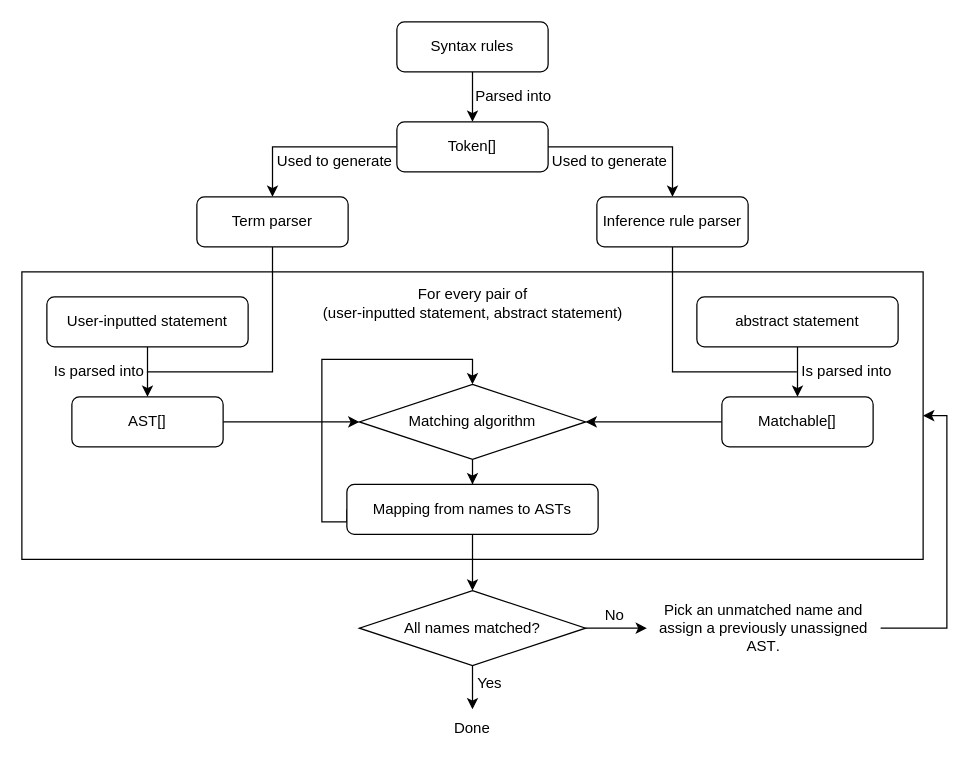
Earlier version of the draw.io diagram conclusion/flowchart.drawio (justinkeung1018/building-derivations-docs). Source tidied: cells renumbered, new cells numbered last; positions are measured from the earlier drawing's top-left corner, leaving out a move shared by most shapes. Both pictures are drawn from the tidied source at 125%, with x=0, y=0 at pixel (21, 21).
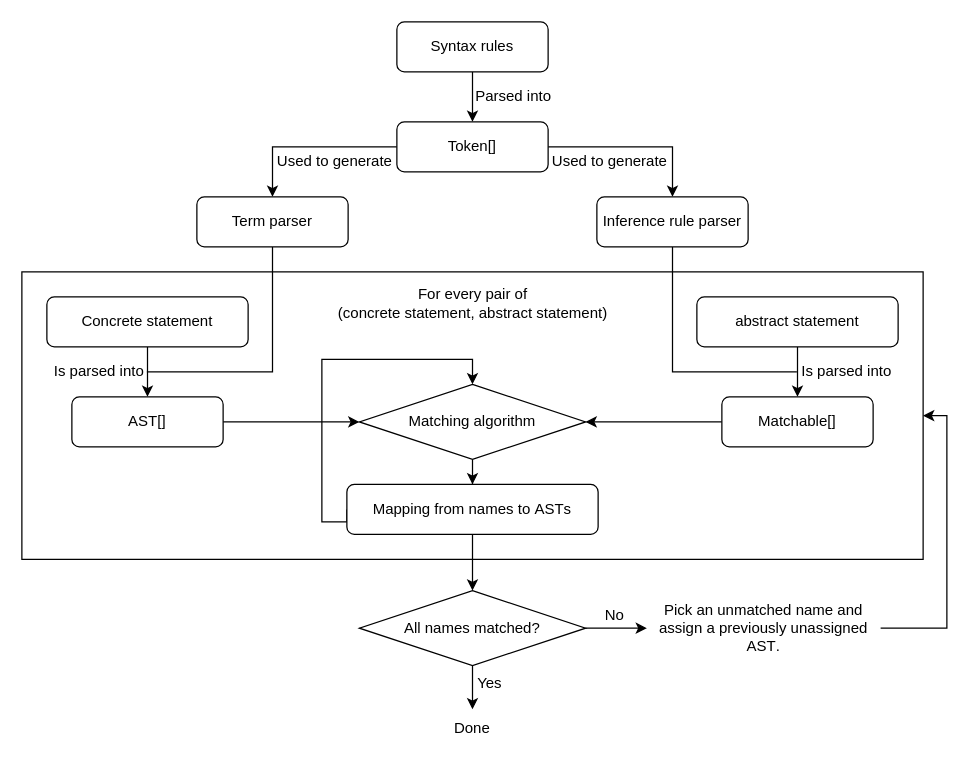
Above is the later version.

Commit message (it also covers changes not shown here):
Update terminology in flowchart

What changed in the source:
```diff
@@
-    <mxCell id="15" value="&lt;font&gt;User-inputted statement&lt;/font&gt;" style="rounded=1;whiteSpace=wrap;html=1;fontSize=12;glass=0;strokeWidth=1;shadow=0;fontFamily=libertine;" parent="1" vertex="1">
+    <mxCell id="15" value="&lt;font&gt;Concrete statement&lt;/font&gt;" style="rounded=1;whiteSpace=wrap;html=1;fontSize=12;glass=0;strokeWidth=1;shadow=0;fontFamily=libertine;" parent="1" vertex="1">
       <mxGeometry x="20" y="220" width="161" height="40" as="geometry" />
     </mxCell>
@@
-    <mxCell id="28" value="For every pair of&lt;div&gt;(user-inputted statement, abstract statement)&lt;/div&gt;" style="text;html=1;align=center;verticalAlign=middle;whiteSpace=wrap;rounded=0;fontFamily=libertine;" parent="1" vertex="1">
+    <mxCell id="28" value="For every pair of&lt;div&gt;(concrete statement, abstract statement)&lt;/div&gt;" style="text;html=1;align=center;verticalAlign=middle;whiteSpace=wrap;rounded=0;fontFamily=libertine;" parent="1" vertex="1">
       <mxGeometry x="197.5" y="210" width="326" height="30" as="geometry" />
     </mxCell>
```
